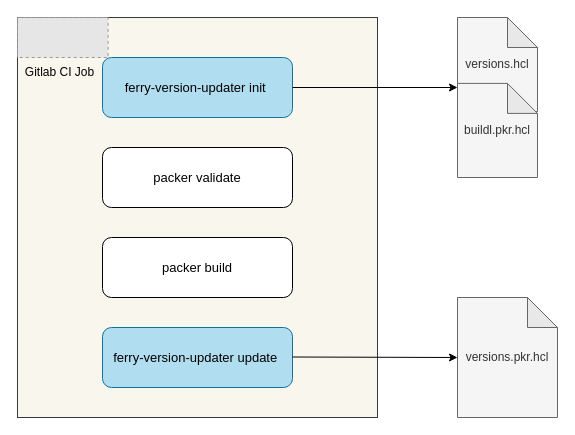
This is ferry-version-updater.drawio from YanshanSong/draw.io, a draw.io file, before an edit. Source tidied: cells renumbered, new cells numbered last; positions are measured from the earlier drawing's top-left corner, leaving out a move shared by most shapes. Both pictures are drawn from the tidied source at 100%, with x=0, y=0 at pixel (17, 17). Pictures stored in the file or linked from it are replaced by grey dashed boxes.
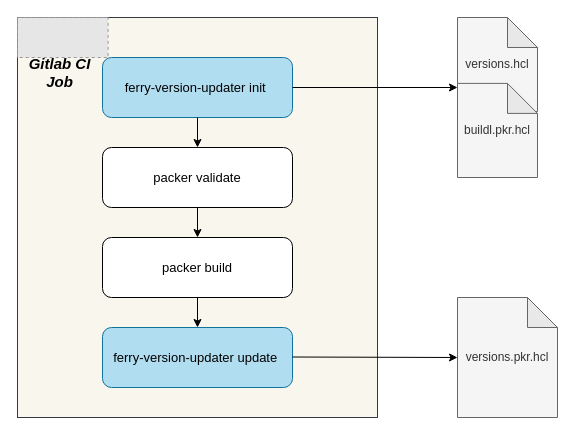
After the change.

What changed in the source:
```diff
@@
 <mxGraphModel>
   <root>
     <mxCell id="0" />
     <mxCell id="1" parent="0" />
     <mxCell id="2" style="rounded=0;whiteSpace=wrap;html=1;fillColor=#f9f7ed;strokeColor=#36393d;" parent="1" vertex="1">
       <mxGeometry width="360" height="400" as="geometry" />
     </mxCell>
     <mxCell id="3" value="ferry-version-updater init&amp;nbsp;" style="rounded=1;whiteSpace=wrap;html=1;fillColor=#b1ddf0;strokeColor=#10739e;fontSize=13;" parent="1" vertex="1">
       <mxGeometry x="85" y="40" width="190" height="60" as="geometry" />
     </mxCell>
     <mxCell id="4" value="packer validate" style="rounded=1;whiteSpace=wrap;html=1;fontSize=13;" parent="1" vertex="1">
       <mxGeometry x="85" y="130" width="190" height="60" as="geometry" />
     </mxCell>
     <mxCell id="5" value="packer build" style="rounded=1;whiteSpace=wrap;html=1;fontSize=13;" parent="1" vertex="1">
       <mxGeometry x="85" y="220" width="190" height="60" as="geometry" />
     </mxCell>
     <mxCell id="6" value="ferry-version-updater update&amp;nbsp;" style="rounded=1;whiteSpace=wrap;html=1;fillColor=#b1ddf0;strokeColor=#10739e;fontSize=13;" parent="1" vertex="1">
       <mxGeometry x="85" y="310" width="190" height="60" as="geometry" />
     </mxCell>
     <mxCell id="7" style="fillColor=#E6E6E6;strokeColor=#999999;dashed=1;verticalLabelPosition=bottom;labelBackgroundColor=default;verticalAlign=top;" parent="1" vertex="1">
       <mxGeometry width="90.6" height="40" as="geometry" />
     </mxCell>
-    <mxCell id="8" value="Gitlab CI Job" style="text;html=1;strokeColor=none;fillColor=none;align=center;verticalAlign=middle;whiteSpace=wrap;rounded=0;" parent="1" vertex="1">
+    <mxCell id="8" value="Gitlab CI Job" style="text;html=1;strokeColor=none;fillColor=none;align=center;verticalAlign=middle;whiteSpace=wrap;rounded=0;fontSize=15;fontStyle=3;" parent="1" vertex="1">
       <mxGeometry y="40" width="85" height="30" as="geometry" />
     </mxCell>
     <mxCell id="9" style="group;" parent="1" vertex="1">
       <mxGeometry x="440" width="80" height="160" as="geometry" />
     </mxCell>
     <mxCell id="10" value="versions.hcl" style="shape=note;whiteSpace=wrap;html=1;backgroundOutline=1;darkOpacity=0.05;fillColor=#f5f5f5;fontColor=#333333;strokeColor=#666666;" parent="9" vertex="1">
       <mxGeometry width="80" height="94.1" as="geometry" />
     </mxCell>
     <mxCell id="11" value="buildl.pkr.hcl" style="shape=note;whiteSpace=wrap;html=1;backgroundOutline=1;darkOpacity=0.05;fillColor=#f5f5f5;fontColor=#333333;strokeColor=#666666;" parent="9" vertex="1">
       <mxGeometry y="65.9" width="80" height="94.1" as="geometry" />
     </mxCell>
     <mxCell id="12" style="endArrow=classic;html=1;rounded=0;" parent="1" edge="1">
       <mxGeometry relative="1" as="geometry">
         <mxPoint x="275" y="70" as="sourcePoint" />
         <mxPoint x="440" y="70" as="targetPoint" />
       </mxGeometry>
     </mxCell>
     <mxCell id="13" value="versions.pkr.hcl" style="shape=note;whiteSpace=wrap;html=1;backgroundOutline=1;darkOpacity=0.05;fillColor=#f5f5f5;strokeColor=#666666;fontColor=#333333;" parent="1" vertex="1">
       <mxGeometry x="440" y="280" width="100" height="120" as="geometry" />
     </mxCell>
     <mxCell id="14" style="endArrow=classic;html=1;rounded=0;exitX=1;exitY=0.5;exitDx=0;exitDy=0;entryX=0;entryY=0.5;entryDx=0;entryDy=0;entryPerimeter=0;" parent="1" edge="1" target="13">
       <mxGeometry relative="1" as="geometry">
         <mxPoint x="275" y="339.5" as="sourcePoint" />
       </mxGeometry>
     </mxCell>
+    <mxCell id="15" style="endArrow=classic;html=1;rounded=0;exitX=0.5;exitY=1;exitDx=0;exitDy=0;entryX=0.5;entryY=0;entryDx=0;entryDy=0;" parent="1" edge="1" source="3" target="4">
+      <mxGeometry relative="1" as="geometry" />
+    </mxCell>
+    <mxCell id="16" style="endArrow=classic;html=1;rounded=0;exitX=0.5;exitY=1;exitDx=0;exitDy=0;" parent="1" edge="1" source="4" target="5">
+      <mxGeometry relative="1" as="geometry" />
+    </mxCell>
+    <mxCell id="17" style="endArrow=classic;html=1;rounded=0;exitX=0.5;exitY=1;exitDx=0;exitDy=0;entryX=0.5;entryY=0;entryDx=0;entryDy=0;" parent="1" edge="1" source="5" target="6">
+      <mxGeometry relative="1" as="geometry" />
+    </mxCell>
   </root>
 </mxGraphModel>
```
